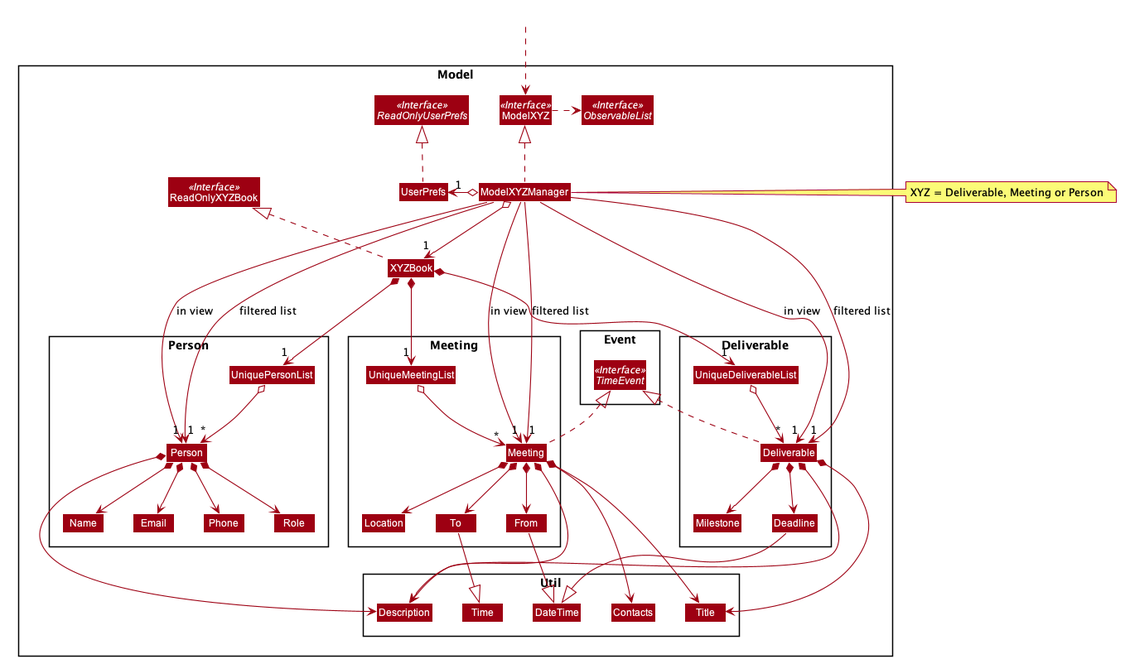
shadowezz/Productiv keeps this PlantUML diagram as docs/images/ModelClassDiagram.png. Above is the earlier version.
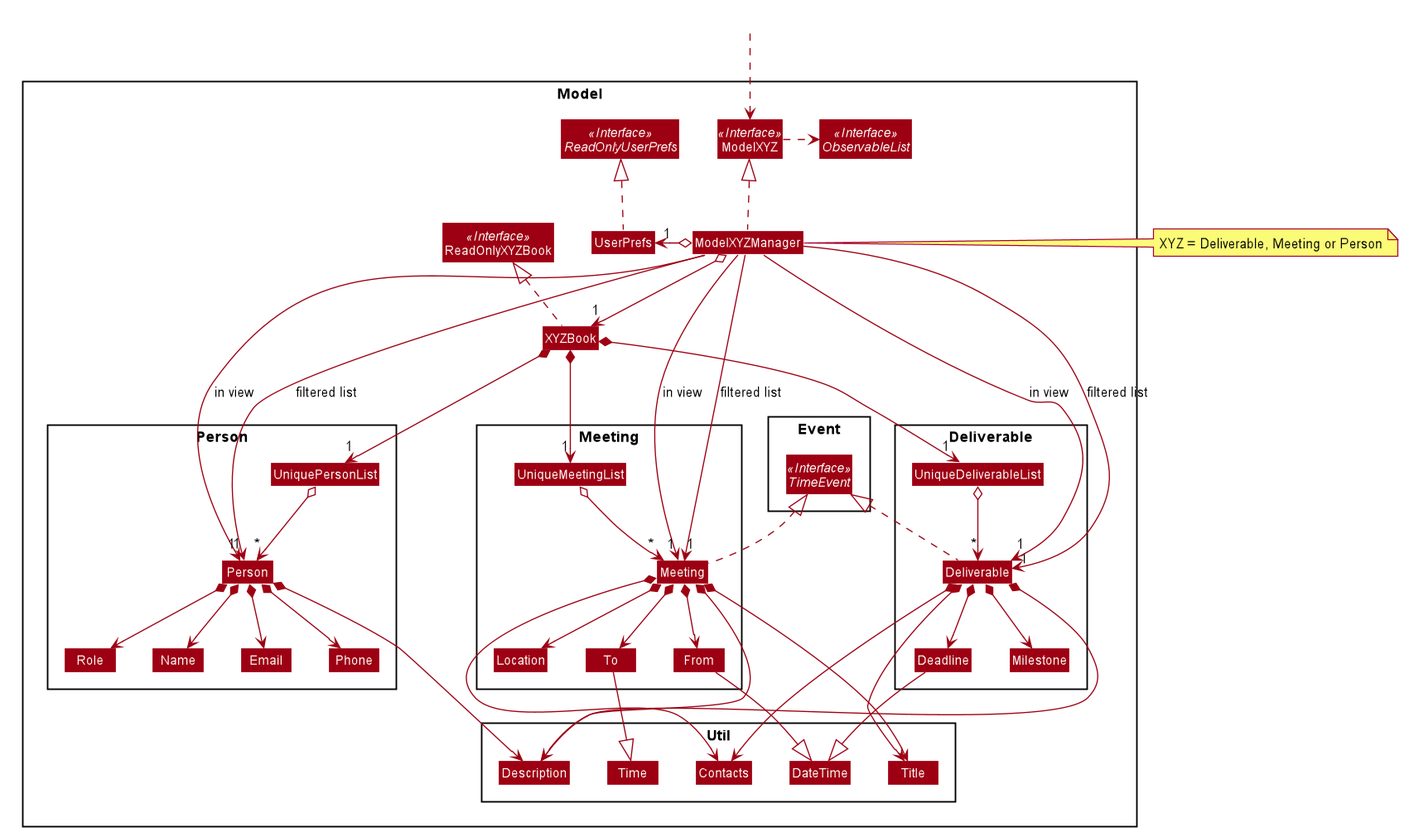
The same file after the commit.

Diff of the diagram source:
```diff
@@ -1,4 +1,5 @@
 @startuml
+
 
 
 
@@ -150,6 +151,7 @@
 Deliverable *--> Milestone
 Deliverable *--> Title
 Deliverable *--> Description
+Deliverable *--> Contacts
 
 Deadline -down-|> DateTime
 
```
